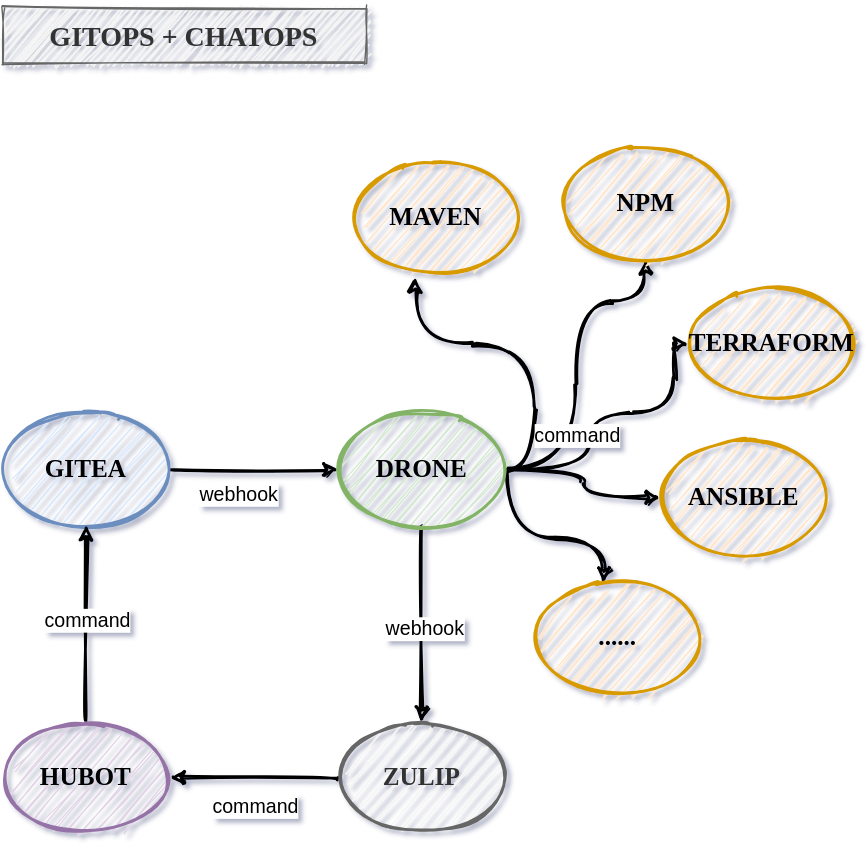
Before: img/gitops+chatops-2.svg, a diagram exported from draw.io (zhoukuo/blog). Source tidied: cells renumbered, new cells last; positions are measured from the earlier drawing's top-left corner, leaving out a move shared by most shapes.
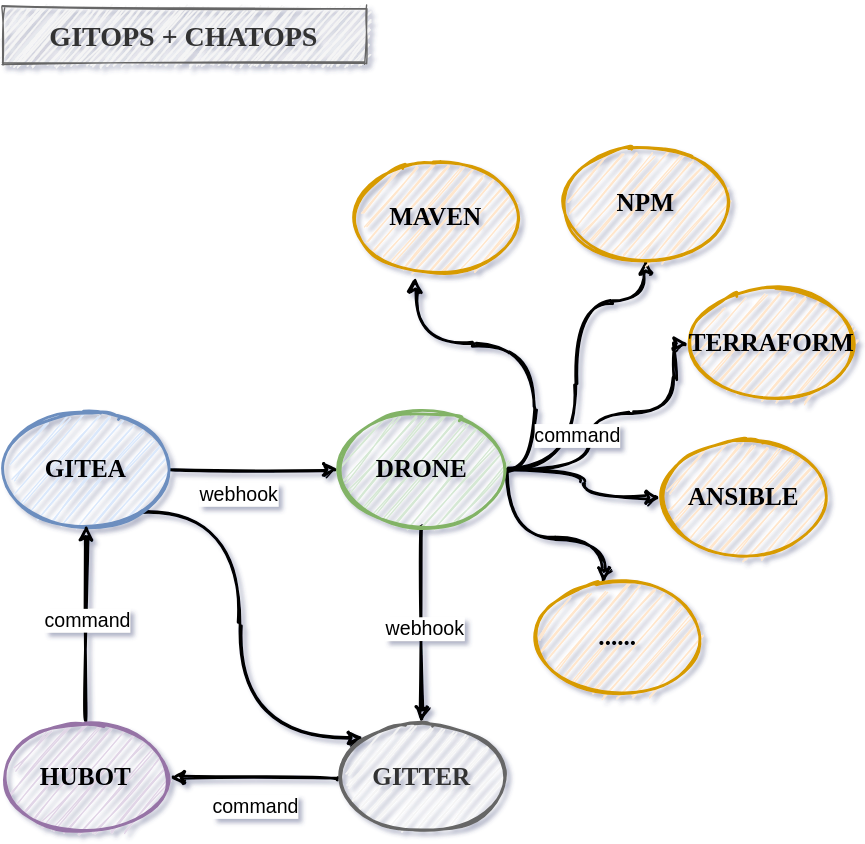
Above is the later version.

The edit, as a diff of the source:
```diff
@@ -10,6 +10,14 @@
         <mxPoint y="12" as="offset" />
       </mxGeometry>
     </mxCell>
+    <mxCell id="26" style="edgeStyle=orthogonalEdgeStyle;jettySize=auto;html=1;entryX=0;entryY=0;entryDx=0;entryDy=0;curved=1;strokeWidth=2;sketch=1;" parent="1" edge="1" source="4" target="15">
+      <mxGeometry relative="1" as="geometry">
+        <Array as="points">
+          <mxPoint x="170" y="360" />
+          <mxPoint x="170" y="522" />
+        </Array>
+      </mxGeometry>
+    </mxCell>
     <mxCell id="4" value="&lt;h2&gt;&lt;font face=&quot;Comic Sans MS&quot;&gt;GITEA&lt;/font&gt;&lt;/h2&gt;" style="ellipse;whiteSpace=wrap;html=1;sketch=1;strokeWidth=2;fillColor=#dae8fc;strokeColor=#6c8ebf;" parent="1" vertex="1">
       <mxGeometry y="290" width="120" height="80" as="geometry" />
     </mxCell>
@@ -63,7 +71,7 @@
         <mxPoint x="-17" y="20" as="offset" />
       </mxGeometry>
     </mxCell>
-    <mxCell id="15" value="&lt;h2&gt;&lt;font face=&quot;Comic Sans MS&quot;&gt;ZULIP&lt;/font&gt;&lt;/h2&gt;" style="ellipse;whiteSpace=wrap;html=1;sketch=1;strokeWidth=2;fillColor=#f5f5f5;strokeColor=#666666;fontColor=#333333;" parent="1" vertex="1">
+    <mxCell id="15" value="&lt;h2&gt;&lt;font face=&quot;Comic Sans MS&quot;&gt;GITTER&lt;/font&gt;&lt;/h2&gt;" style="ellipse;whiteSpace=wrap;html=1;sketch=1;strokeWidth=2;fillColor=#f5f5f5;strokeColor=#666666;fontColor=#333333;" parent="1" vertex="1">
       <mxGeometry x="240" y="510" width="120" height="80" as="geometry" />
     </mxCell>
     <mxCell id="16" style="edgeStyle=orthogonalEdgeStyle;curved=1;jettySize=auto;html=1;exitX=0.5;exitY=0;exitDx=0;exitDy=0;entryX=0.5;entryY=1;entryDx=0;entryDy=0;strokeWidth=2;sketch=1;" parent="1" edge="1" source="18" target="4">
```
